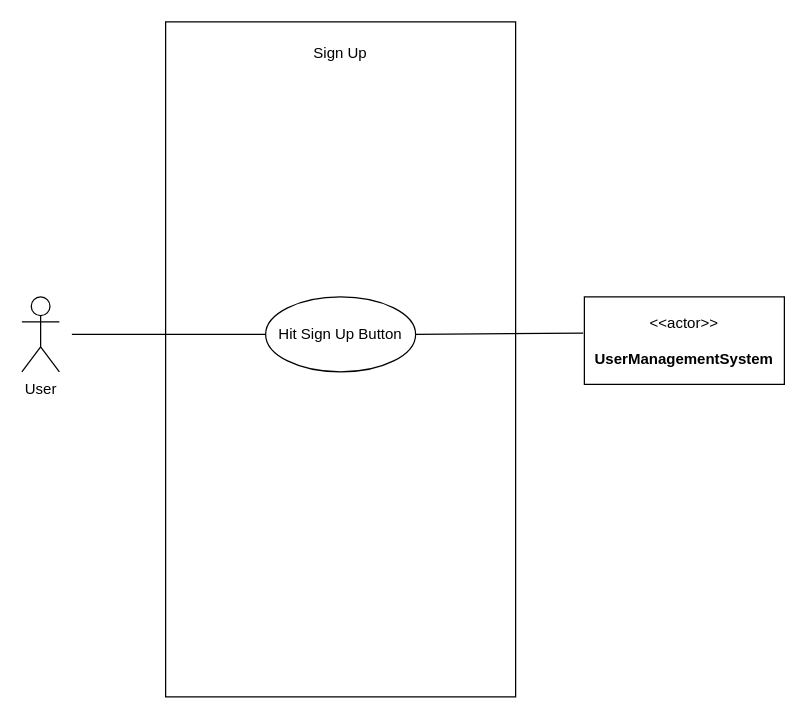
Above: page "SignUp" (2 of 16) of Week-7-Team-04-Use Case Diagrams (2).drawio in Vaibhav-G-Parmar/Chronicle-Your-Ultimate-Travel-Companion (draw.io), before the change. Source tidied: cells renumbered, new cells numbered last; positions are measured from the earlier drawing's top-left corner, leaving out a move shared by most shapes. Both pictures are drawn from the tidied source at 125%, with x=0, y=0 at pixel (21, 21).
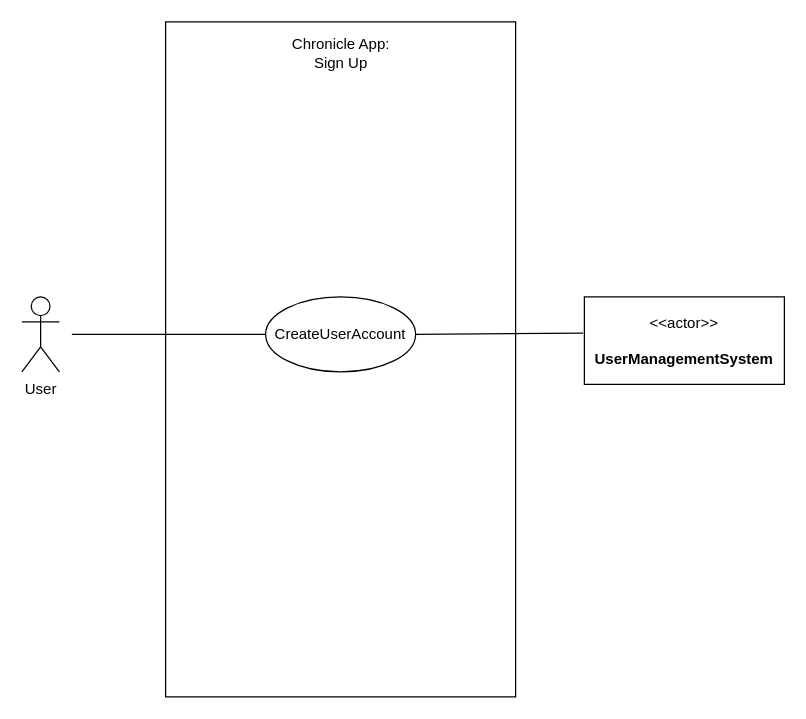
The same page after the edit.

Diff of the diagram source:
```diff
@@
 <mxGraphModel>
   <root>
     <mxCell id="0" />
     <mxCell id="1" parent="0" />
     <mxCell id="2" value="&lt;h2&gt;&lt;br&gt;&lt;/h2&gt;" style="rounded=0;whiteSpace=wrap;html=1;align=center;" parent="1" vertex="1">
       <mxGeometry x="115" width="280" height="540" as="geometry" />
     </mxCell>
     <mxCell id="3" value="User&lt;br&gt;" style="shape=umlActor;verticalLabelPosition=bottom;verticalAlign=top;html=1;" parent="1" vertex="1">
       <mxGeometry y="220" width="30" height="60" as="geometry" />
     </mxCell>
     <mxCell id="4" value="&amp;lt;&amp;lt;actor&amp;gt;&amp;gt;&lt;br&gt;&lt;br&gt;&lt;b style=&quot;border-color: var(--border-color);&quot;&gt;UserManagementSystem&lt;/b&gt;&lt;b&gt;&lt;br&gt;&lt;/b&gt;" style="html=1;align=center;verticalAlign=middle;dashed=0;whiteSpace=wrap;" parent="1" vertex="1">
       <mxGeometry x="450" y="220" width="160" height="70" as="geometry" />
     </mxCell>
-    <mxCell id="5" value="Sign Up" style="text;html=1;strokeColor=none;fillColor=none;align=center;verticalAlign=middle;whiteSpace=wrap;rounded=0;" parent="1" vertex="1">
-      <mxGeometry x="225" y="10" width="60" height="30" as="geometry" />
+    <mxCell id="5" value="Chronicle App:&lt;br&gt;Sign Up" style="text;html=1;strokeColor=none;fillColor=none;align=center;verticalAlign=middle;whiteSpace=wrap;rounded=0;" parent="1" vertex="1">
+      <mxGeometry x="208" y="10" width="95" height="30" as="geometry" />
     </mxCell>
-    <mxCell id="6" value="Hit Sign Up Button" style="ellipse;whiteSpace=wrap;html=1;" parent="1" vertex="1">
+    <mxCell id="6" value="CreateUserAccount" style="ellipse;whiteSpace=wrap;html=1;" parent="1" vertex="1">
       <mxGeometry x="195" y="220" width="120" height="60" as="geometry" />
     </mxCell>
     <mxCell id="7" style="endArrow=none;html=1;rounded=0;" parent="1" edge="1" target="6">
       <mxGeometry relative="1" as="geometry">
         <mxPoint x="40" y="250" as="sourcePoint" />
       </mxGeometry>
     </mxCell>
     <mxCell id="8" style="endArrow=none;html=1;rounded=0;exitX=1;exitY=0.5;exitDx=0;exitDy=0;entryX=-0.006;entryY=0.414;entryDx=0;entryDy=0;entryPerimeter=0;" parent="1" edge="1" source="6" target="4">
       <mxGeometry relative="1" as="geometry" />
     </mxCell>
   </root>
 </mxGraphModel>
```
